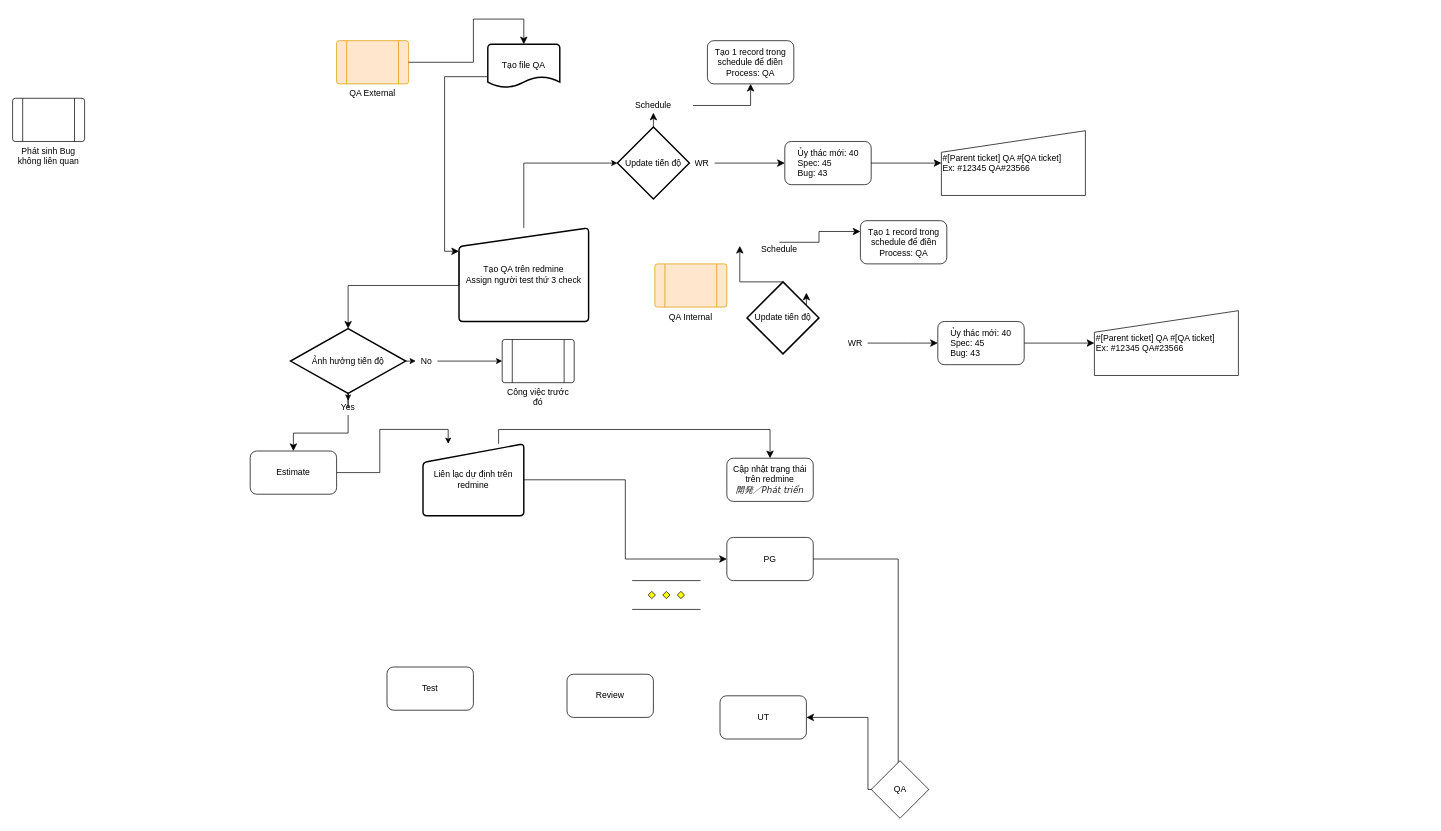
Before: Software_Development_Process.drawio in vebinhhoanggia/drawio, a draw.io diagram. Source tidied: cells renumbered, new cells numbered last; positions are measured from the earlier drawing's top-left corner, leaving out a move shared by most shapes. Both pictures are drawn from the tidied source at 72%, with x=0, y=0 at pixel (12, 19).
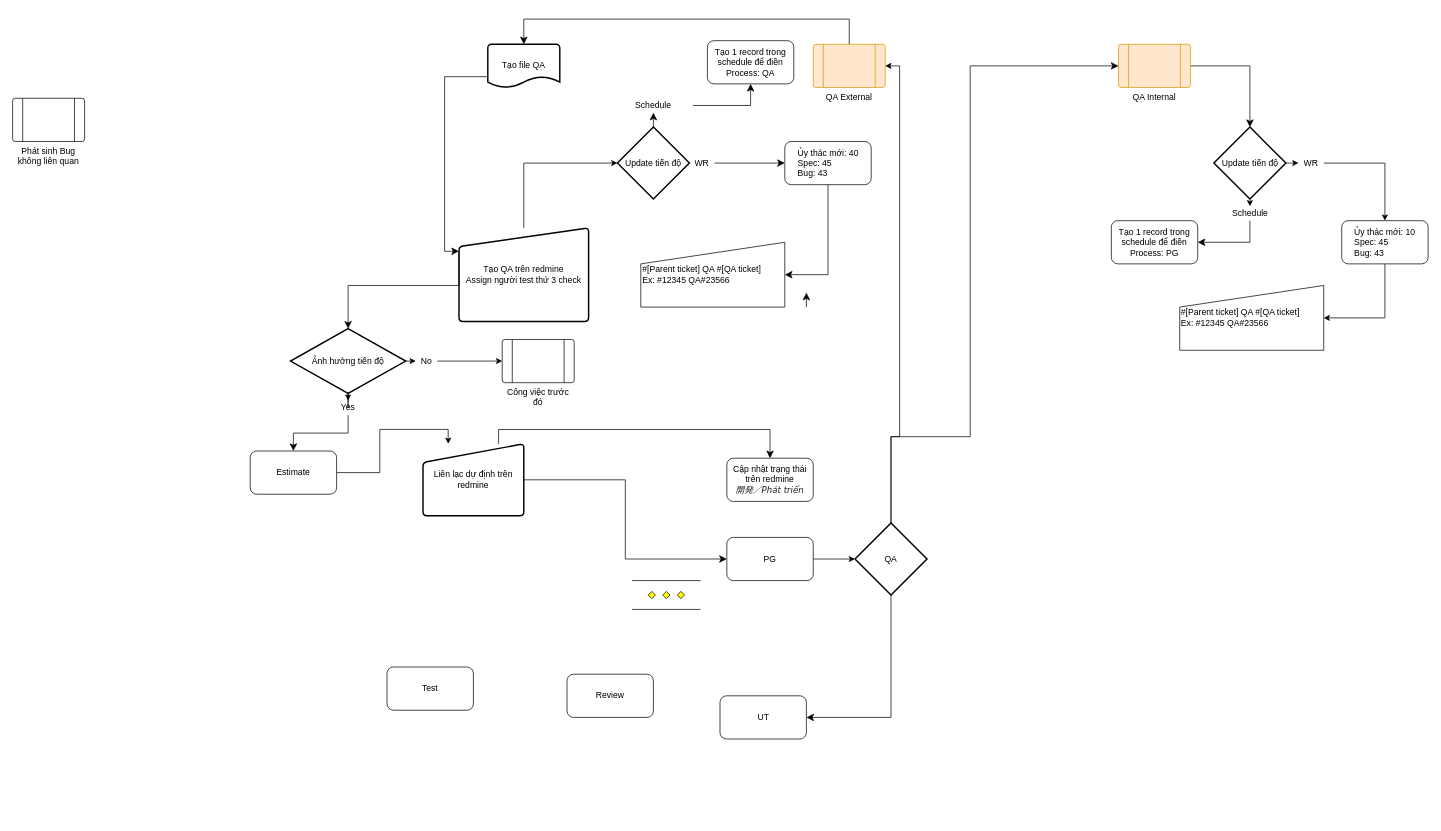
The same diagram, later.

The change refers to these unchanged cells:
```xml
<mxCell id="4" value="PG" style="rounded=1;whiteSpace=wrap;html=1;" parent="1" vertex="1">
  <mxGeometry x="992" y="719.9" width="120" height="60" as="geometry" />
</mxCell>
<mxCell id="5" value="UT" style="rounded=1;whiteSpace=wrap;html=1;" parent="1" vertex="1">
  <mxGeometry x="982.5" y="939.9" width="120" height="60" as="geometry" />
</mxCell>
<mxCell id="11" value="Tạo file QA" style="strokeWidth=2;html=1;shape=mxgraph.flowchart.document2;whiteSpace=wrap;size=0.25;" parent="1" vertex="1">
  <mxGeometry x="660" y="35" width="100" height="60" as="geometry" />
</mxCell>
<mxCell id="27" value="&lt;div style=&quot;text-align: left;&quot;&gt;&lt;span style=&quot;background-color: initial;&quot;&gt;Ủy thác mới: 40&lt;/span&gt;&lt;/div&gt;&lt;div style=&quot;text-align: left;&quot;&gt;&lt;span style=&quot;background-color: initial;&quot;&gt;Spec: 45&lt;/span&gt;&lt;/div&gt;&lt;div style=&quot;text-align: left;&quot;&gt;&lt;span style=&quot;background-color: initial;&quot;&gt;Bug: 43&lt;/span&gt;&lt;/div&gt;" style="rounded=1;whiteSpace=wrap;html=1;" parent="1" vertex="1">
  <mxGeometry x="1072.5" y="170" width="120" height="60" as="geometry" />
</mxCell>
```

The edit, as a diff of the source:
```diff
@@
+    <mxCell id="56" style="edgeStyle=orthogonalEdgeStyle;rounded=0;jettySize=auto;html=1;exitX=0.5;exitY=0;exitDx=0;exitDy=0;entryX=1;entryY=0.5;entryDx=0;entryDy=0;exitPerimeter=0;" parent="1" edge="1" source="36" target="33">
+      <mxGeometry relative="1" as="geometry">
+        <Array as="points">
+          <mxPoint x="1220" y="580" />
+          <mxPoint x="1232" y="580" />
+          <mxPoint x="1232" y="65" />
+        </Array>
+      </mxGeometry>
+    </mxCell>
@@
-    <mxCell id="14" style="edgeStyle=elbowEdgeStyle;elbow=horizontal;endArrow=classic;html=1;curved=0;rounded=0;endSize=8;startSize=8;exitX=1;exitY=0.5;exitDx=0;exitDy=0;entryX=1;entryY=0.5;entryDx=0;entryDy=0;" parent="1" edge="1" source="36" target="5">
-      <mxGeometry relative="1" as="geometry" />
-    </mxCell>
@@
     <mxCell id="31" value="#[Parent ticket] QA #[QA ticket]&lt;br&gt;Ex: #12345 QA#23566" style="shape=manualInput;whiteSpace=wrap;html=1;align=left;" parent="1" vertex="1">
-      <mxGeometry x="1290" y="155" width="200" height="90" as="geometry" />
+      <mxGeometry x="872.5" y="310" width="200" height="90" as="geometry" />
     </mxCell>
@@
     <mxCell id="33" value="QA External" style="verticalLabelPosition=bottom;verticalAlign=top;html=1;shape=process;whiteSpace=wrap;rounded=1;size=0.14;arcSize=6;fillColor=#ffe6cc;strokeColor=#d79b00;" parent="1" vertex="1">
-      <mxGeometry x="450" y="30" width="100" height="60" as="geometry" />
+      <mxGeometry x="1112" y="35" width="100" height="60" as="geometry" />
     </mxCell>
-    <mxCell id="34" style="edgeStyle=segmentEdgeStyle;endArrow=classic;html=1;curved=0;rounded=0;endSize=8;startSize=8;exitX=1;exitY=0.5;exitDx=0;exitDy=0;entryX=0.5;entryY=0;entryDx=0;entryDy=0;entryPerimeter=0;" parent="1" edge="1" source="33" target="11">
+    <mxCell id="34" style="edgeStyle=segmentEdgeStyle;endArrow=classic;html=1;curved=0;rounded=0;endSize=8;startSize=8;entryX=0.5;entryY=0;entryDx=0;entryDy=0;entryPerimeter=0;exitX=0.5;exitY=0;exitDx=0;exitDy=0;" parent="1" edge="1" source="33" target="11">
       <mxGeometry relative="1" as="geometry">
         <Array as="points">
-          <mxPoint x="640" y="60" />
-          <mxPoint x="640" />
+          <mxPoint x="1162" />
           <mxPoint x="710" />
         </Array>
       </mxGeometry>
     </mxCell>
-    <mxCell id="35" style="edgeStyle=elbowEdgeStyle;elbow=horizontal;endArrow=classic;html=1;curved=0;rounded=0;endSize=8;startSize=8;exitX=1;exitY=0.5;exitDx=0;exitDy=0;entryX=1;entryY=0.5;entryDx=0;entryDy=0;" parent="1" edge="1" source="4" target="36">
+    <mxCell id="35" style="edgeStyle=elbowEdgeStyle;elbow=horizontal;endArrow=classic;html=1;curved=0;rounded=0;endSize=8;startSize=8;exitX=0.5;exitY=1;exitDx=0;exitDy=0;entryX=1;entryY=0.5;entryDx=0;entryDy=0;exitPerimeter=0;" parent="1" edge="1" source="36" target="5">
       <mxGeometry relative="1" as="geometry">
         <Array as="points">
-          <mxPoint x="1230" y="1080" />
+          <mxPoint x="1220" y="880" />
         </Array>
       </mxGeometry>
     </mxCell>
-    <mxCell id="36" value="QA" style="rhombus;whiteSpace=wrap;html=1;" parent="1" vertex="1">
-      <mxGeometry x="1192.5" y="1030" width="80" height="80" as="geometry" />
-    </mxCell>
@@
-    <mxCell id="39" style="edgeStyle=segmentEdgeStyle;endArrow=classic;html=1;curved=0;rounded=0;endSize=8;startSize=8;exitX=1;exitY=0.5;exitDx=0;exitDy=0;entryX=0;entryY=0.5;entryDx=0;entryDy=0;" parent="1" edge="1" source="27" target="31">
-      <mxGeometry relative="1" as="geometry" />
-    </mxCell>
@@
     <mxCell id="41" value="QA Internal" style="verticalLabelPosition=bottom;verticalAlign=top;html=1;shape=process;whiteSpace=wrap;rounded=1;size=0.14;arcSize=6;fillColor=#ffe6cc;strokeColor=#d79b00;" parent="1" vertex="1">
-      <mxGeometry x="892" y="340" width="100" height="60" as="geometry" />
+      <mxGeometry x="1536" y="35" width="100" height="60" as="geometry" />
     </mxCell>
-    <mxCell id="42" value="Tạo 1 record trong schedule để điền&lt;br&gt;Process: QA" style="rounded=1;whiteSpace=wrap;html=1;" parent="1" vertex="1">
-      <mxGeometry x="1177.5" y="280" width="120" height="60" as="geometry" />
+    <mxCell id="42" value="Tạo 1 record trong schedule để điền&lt;br&gt;Process: PG" style="rounded=1;whiteSpace=wrap;html=1;" parent="1" vertex="1">
+      <mxGeometry x="1526" y="280" width="120" height="60" as="geometry" />
     </mxCell>
@@
-    <mxCell id="44" style="edgeStyle=segmentEdgeStyle;endArrow=classic;html=1;curved=0;rounded=0;endSize=8;startSize=8;exitX=0.5;exitY=0;exitDx=0;exitDy=0;entryX=0;entryY=0.25;entryDx=0;entryDy=0;exitPerimeter=0;" parent="1" edge="1" source="53" target="42">
-      <mxGeometry relative="1" as="geometry">
-        <Array as="points">
-          <mxPoint x="1120" y="310" />
-          <mxPoint x="1120" y="295" />
-        </Array>
-      </mxGeometry>
-    </mxCell>
+    <mxCell id="50" style="edgeStyle=orthogonalEdgeStyle;rounded=0;jettySize=auto;html=1;exitX=0.5;exitY=1;exitDx=0;exitDy=0;entryX=1;entryY=0.5;entryDx=0;entryDy=0;" parent="1" edge="1" source="45" target="49">
+      <mxGeometry relative="1" as="geometry" />
+    </mxCell>
-    <mxCell id="45" value="&lt;div style=&quot;text-align: left;&quot;&gt;&lt;span style=&quot;background-color: initial;&quot;&gt;Ủy thác mới: 40&lt;/span&gt;&lt;/div&gt;&lt;div style=&quot;text-align: left;&quot;&gt;&lt;span style=&quot;background-color: initial;&quot;&gt;Spec: 45&lt;/span&gt;&lt;/div&gt;&lt;div style=&quot;text-align: left;&quot;&gt;&lt;span style=&quot;background-color: initial;&quot;&gt;Bug: 43&lt;/span&gt;&lt;/div&gt;" style="rounded=1;whiteSpace=wrap;html=1;" parent="1" vertex="1">
-      <mxGeometry x="1285" y="420" width="120" height="60" as="geometry" />
+    <mxCell id="45" value="&lt;div style=&quot;text-align: left;&quot;&gt;&lt;span style=&quot;background-color: initial;&quot;&gt;Ủy thác mới: 10&lt;/span&gt;&lt;/div&gt;&lt;div style=&quot;text-align: left;&quot;&gt;&lt;span style=&quot;background-color: initial;&quot;&gt;Spec: 45&lt;/span&gt;&lt;/div&gt;&lt;div style=&quot;text-align: left;&quot;&gt;&lt;span style=&quot;background-color: initial;&quot;&gt;Bug: 43&lt;/span&gt;&lt;/div&gt;" style="rounded=1;whiteSpace=wrap;html=1;" parent="1" vertex="1">
+      <mxGeometry x="1846" y="280" width="120" height="60" as="geometry" />
     </mxCell>
+    <mxCell id="57" style="edgeStyle=orthogonalEdgeStyle;rounded=0;jettySize=auto;html=1;exitX=1;exitY=0.5;exitDx=0;exitDy=0;" parent="1" edge="1" source="46" target="45">
+      <mxGeometry relative="1" as="geometry" />
+    </mxCell>
     <mxCell id="46" value="WR" style="text;html=1;strokeColor=none;fillColor=none;align=center;verticalAlign=middle;whiteSpace=wrap;overflow=hidden;" parent="1" vertex="1">
-      <mxGeometry x="1152.5" y="440" width="35" height="20" as="geometry" />
+      <mxGeometry x="1786" y="190" width="35" height="20" as="geometry" />
     </mxCell>
-    <mxCell id="47" style="edgeStyle=segmentEdgeStyle;endArrow=classic;html=1;curved=0;rounded=0;endSize=8;startSize=8;exitX=1;exitY=0.5;exitDx=0;exitDy=0;exitPerimeter=0;" parent="1" edge="1" target="46">
-      <mxGeometry relative="1" as="geometry">
-        <mxPoint x="1152.5" y="450" as="sourcePoint" />
-      </mxGeometry>
-    </mxCell>
-    <mxCell id="48" style="edgeStyle=elbowEdgeStyle;elbow=vertical;endArrow=classic;html=1;curved=0;rounded=0;endSize=8;startSize=8;entryX=0;entryY=0.5;entryDx=0;entryDy=0;" parent="1" edge="1" target="45">
-      <mxGeometry relative="1" as="geometry">
-        <mxPoint x="1187.5" y="450" as="sourcePoint" />
-        <Array as="points">
-          <mxPoint x="1242.5" y="450" />
-        </Array>
-      </mxGeometry>
-    </mxCell>
     <mxCell id="49" value="#[Parent ticket] QA #[QA ticket]&lt;br&gt;Ex: #12345 QA#23566" style="shape=manualInput;whiteSpace=wrap;html=1;align=left;" parent="1" vertex="1">
-      <mxGeometry x="1502.5" y="405" width="200" height="90" as="geometry" />
+      <mxGeometry x="1621" y="370" width="200" height="90" as="geometry" />
     </mxCell>
-    <mxCell id="50" style="edgeStyle=segmentEdgeStyle;endArrow=classic;html=1;curved=0;rounded=0;endSize=8;startSize=8;exitX=1;exitY=0.5;exitDx=0;exitDy=0;entryX=0;entryY=0.5;entryDx=0;entryDy=0;" parent="1" edge="1" source="45" target="49">
-      <mxGeometry relative="1" as="geometry" />
-    </mxCell>
     <mxCell id="51" value="Update tiến độ" style="strokeWidth=2;html=1;shape=mxgraph.flowchart.decision;whiteSpace=wrap;" parent="1" vertex="1">
-      <mxGeometry x="1020" y="365" width="100" height="100" as="geometry" />
+      <mxGeometry x="1668.5" y="150" width="100" height="100" as="geometry" />
     </mxCell>
-    <mxCell id="52" style="edgeStyle=segmentEdgeStyle;endArrow=classic;html=1;curved=0;rounded=0;endSize=8;startSize=8;exitX=0.5;exitY=0;exitDx=0;exitDy=0;entryX=0;entryY=0.25;entryDx=0;entryDy=0;exitPerimeter=0;" parent="1" edge="1" source="51" target="53">
-      <mxGeometry relative="1" as="geometry" />
-    </mxCell>
     <mxCell id="53" value="Schedule" style="text;html=1;strokeColor=none;fillColor=none;align=center;verticalAlign=middle;whiteSpace=wrap;overflow=hidden;" parent="1" vertex="1">
-      <mxGeometry x="1010" y="310" width="110" height="20" as="geometry" />
+      <mxGeometry x="1663.5" y="260" width="110" height="20" as="geometry" />
     </mxCell>
@@
+    <mxCell id="52" style="endArrow=classic;html=1;rounded=0;exitX=0.5;exitY=1;exitDx=0;exitDy=0;exitPerimeter=0;entryX=0.5;entryY=0;entryDx=0;entryDy=0;" parent="1" edge="1" source="51" target="53">
+      <mxGeometry relative="1" as="geometry" />
+    </mxCell>
+    <mxCell id="58" style="edgeStyle=segmentEdgeStyle;endArrow=classic;html=1;curved=0;rounded=0;endSize=8;startSize=8;exitX=1;exitY=0.5;exitDx=0;exitDy=0;entryX=0.5;entryY=0;entryDx=0;entryDy=0;entryPerimeter=0;" parent="1" edge="1" source="41" target="51">
+      <mxGeometry relative="1" as="geometry" />
+    </mxCell>
+    <mxCell id="44" style="edgeStyle=segmentEdgeStyle;endArrow=classic;html=1;curved=0;rounded=0;endSize=8;startSize=8;exitX=0.5;exitY=1;exitDx=0;exitDy=0;entryX=1;entryY=0.5;entryDx=0;entryDy=0;" parent="1" edge="1" source="53" target="42">
+      <mxGeometry relative="1" as="geometry">
+        <Array as="points">
+          <mxPoint x="1719" y="310" />
+        </Array>
+      </mxGeometry>
+    </mxCell>
+    <mxCell id="59" style="endArrow=classic;html=1;rounded=0;exitX=1;exitY=0.5;exitDx=0;exitDy=0;exitPerimeter=0;entryX=0;entryY=0.5;entryDx=0;entryDy=0;" parent="1" edge="1" source="51" target="46">
+      <mxGeometry relative="1" as="geometry" />
+    </mxCell>
+    <mxCell id="39" style="edgeStyle=segmentEdgeStyle;endArrow=classic;html=1;curved=0;rounded=0;endSize=8;startSize=8;exitX=0.5;exitY=1;exitDx=0;exitDy=0;entryX=1;entryY=0.5;entryDx=0;entryDy=0;" parent="1" edge="1" source="27" target="31">
+      <mxGeometry relative="1" as="geometry">
+        <Array as="points">
+          <mxPoint x="1133" y="355" />
+        </Array>
+      </mxGeometry>
+    </mxCell>
+    <mxCell id="60" style="edgeStyle=segmentEdgeStyle;endArrow=classic;html=1;curved=0;rounded=0;endSize=8;startSize=8;exitX=0.5;exitY=0;exitDx=0;exitDy=0;entryX=0;entryY=0.5;entryDx=0;entryDy=0;exitPerimeter=0;" parent="1" edge="1" source="36" target="41">
+      <mxGeometry relative="1" as="geometry">
+        <Array as="points">
+          <mxPoint x="1220" y="580" />
+          <mxPoint x="1330" y="580" />
+          <mxPoint x="1330" y="65" />
+        </Array>
+      </mxGeometry>
+    </mxCell>
+    <mxCell id="36" value="QA" style="strokeWidth=2;html=1;shape=mxgraph.flowchart.decision;whiteSpace=wrap;" parent="1" vertex="1">
+      <mxGeometry x="1170" y="700" width="100" height="100" as="geometry" />
+    </mxCell>
+    <mxCell id="61" style="endArrow=classic;html=1;rounded=0;exitX=1;exitY=0.5;exitDx=0;exitDy=0;" parent="1" edge="1" source="4" target="36">
+      <mxGeometry relative="1" as="geometry" />
+    </mxCell>
```
